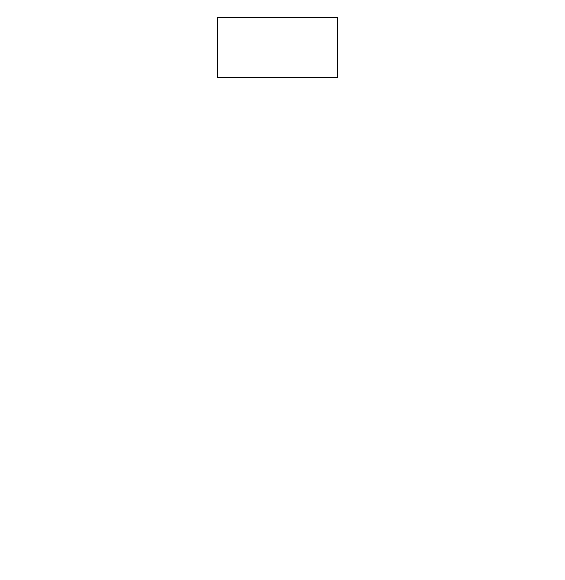
Above: tltk/kl.drawio in Hitachi124/-Users-lengochuynh-Downloads-code (draw.io), before the change. Source tidied: cells renumbered, new cells numbered last; positions are measured from the earlier drawing's top-left corner, leaving out a move shared by most shapes. Both pictures are drawn from the tidied source at 100%, with x=0, y=0 at pixel (217, 17).
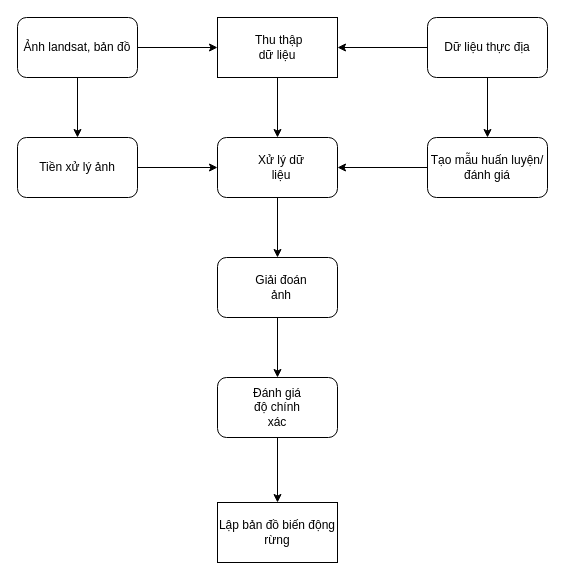
The same diagram, later.

Commit message (it also covers changes not shown here):
Cập nhật kl.drawio

Unchanged cells that the change refers to:
```xml
<mxCell id="2" style="rounded=0;whiteSpace=wrap;html=1;" parent="1" vertex="1">
  <mxGeometry width="120" height="60" as="geometry" />
</mxCell>
```

Change to the diagram source:
```diff
@@
+    <mxCell id="3" style="edgeStyle=orthogonalEdgeStyle;rounded=0;jettySize=auto;html=1;exitX=0.5;exitY=1;exitDx=0;exitDy=0;entryX=0.5;entryY=0;entryDx=0;entryDy=0;" parent="1" edge="1" source="2" target="6">
+      <mxGeometry relative="1" as="geometry" />
+    </mxCell>
@@
+    <mxCell id="4" value="Lập bản đồ biến động rừng" style="rounded=0;whiteSpace=wrap;html=1;" parent="1" vertex="1">
+      <mxGeometry y="485" width="120" height="60" as="geometry" />
+    </mxCell>
+    <mxCell id="5" style="edgeStyle=orthogonalEdgeStyle;rounded=0;jettySize=auto;html=1;exitX=0.5;exitY=1;exitDx=0;exitDy=0;entryX=0.5;entryY=0;entryDx=0;entryDy=0;" parent="1" edge="1" source="6" target="8">
+      <mxGeometry relative="1" as="geometry" />
+    </mxCell>
+    <mxCell id="6" style="rounded=1;whiteSpace=wrap;html=1;" parent="1" vertex="1">
+      <mxGeometry y="120" width="120" height="60" as="geometry" />
+    </mxCell>
+    <mxCell id="7" style="edgeStyle=orthogonalEdgeStyle;rounded=0;jettySize=auto;html=1;exitX=0.5;exitY=1;exitDx=0;exitDy=0;entryX=0.5;entryY=0;entryDx=0;entryDy=0;" parent="1" edge="1" source="8" target="10">
+      <mxGeometry relative="1" as="geometry" />
+    </mxCell>
+    <mxCell id="8" style="rounded=1;whiteSpace=wrap;html=1;" parent="1" vertex="1">
+      <mxGeometry y="240" width="120" height="60" as="geometry" />
+    </mxCell>
+    <mxCell id="9" style="edgeStyle=orthogonalEdgeStyle;rounded=0;jettySize=auto;html=1;exitX=0.5;exitY=1;exitDx=0;exitDy=0;entryX=0.5;entryY=0;entryDx=0;entryDy=0;" parent="1" edge="1" source="10" target="4">
+      <mxGeometry relative="1" as="geometry" />
+    </mxCell>
+    <mxCell id="10" style="rounded=1;whiteSpace=wrap;html=1;" parent="1" vertex="1">
+      <mxGeometry y="360" width="120" height="60" as="geometry" />
+    </mxCell>
+    <mxCell id="11" value="&amp;nbsp;Thu thập dữ liệu" style="text;html=1;align=center;verticalAlign=middle;whiteSpace=wrap;rounded=0;" parent="1" vertex="1">
+      <mxGeometry x="30" y="15" width="60" height="30" as="geometry" />
+    </mxCell>
+    <mxCell id="12" value="Xử lý dữ liệu" style="text;html=1;align=center;verticalAlign=middle;whiteSpace=wrap;rounded=0;" parent="1" vertex="1">
+      <mxGeometry x="34" y="135" width="60" height="30" as="geometry" />
+    </mxCell>
+    <mxCell id="13" value="Giải đoán ảnh" style="text;html=1;align=center;verticalAlign=middle;whiteSpace=wrap;rounded=0;" parent="1" vertex="1">
+      <mxGeometry x="34" y="255" width="60" height="30" as="geometry" />
+    </mxCell>
+    <mxCell id="14" value="Đánh giá độ chính xác" style="text;html=1;align=center;verticalAlign=middle;whiteSpace=wrap;rounded=0;" parent="1" vertex="1">
+      <mxGeometry x="30" y="375" width="60" height="30" as="geometry" />
+    </mxCell>
+    <mxCell id="15" style="edgeStyle=orthogonalEdgeStyle;rounded=0;jettySize=auto;html=1;exitX=1;exitY=0.5;exitDx=0;exitDy=0;entryX=0;entryY=0.5;entryDx=0;entryDy=0;" parent="1" edge="1" source="17" target="2">
+      <mxGeometry relative="1" as="geometry" />
+    </mxCell>
+    <mxCell id="16" style="edgeStyle=orthogonalEdgeStyle;rounded=0;jettySize=auto;html=1;exitX=0.5;exitY=1;exitDx=0;exitDy=0;entryX=0.5;entryY=0;entryDx=0;entryDy=0;" parent="1" edge="1" source="17" target="19">
+      <mxGeometry relative="1" as="geometry" />
+    </mxCell>
+    <mxCell id="17" value="Ảnh landsat, bản đồ" style="rounded=1;whiteSpace=wrap;html=1;" parent="1" vertex="1">
+      <mxGeometry x="-200" width="120" height="60" as="geometry" />
+    </mxCell>
+    <mxCell id="18" style="edgeStyle=orthogonalEdgeStyle;rounded=0;jettySize=auto;html=1;exitX=1;exitY=0.5;exitDx=0;exitDy=0;entryX=0;entryY=0.5;entryDx=0;entryDy=0;" parent="1" edge="1" source="19" target="6">
+      <mxGeometry relative="1" as="geometry" />
+    </mxCell>
+    <mxCell id="19" value="Tiền xử lý ảnh" style="rounded=1;whiteSpace=wrap;html=1;" parent="1" vertex="1">
+      <mxGeometry x="-200" y="120" width="120" height="60" as="geometry" />
+    </mxCell>
+    <mxCell id="20" style="edgeStyle=orthogonalEdgeStyle;rounded=0;jettySize=auto;html=1;exitX=0;exitY=0.5;exitDx=0;exitDy=0;entryX=1;entryY=0.5;entryDx=0;entryDy=0;" parent="1" edge="1" source="22" target="2">
+      <mxGeometry relative="1" as="geometry" />
+    </mxCell>
+    <mxCell id="21" style="edgeStyle=orthogonalEdgeStyle;rounded=0;jettySize=auto;html=1;exitX=0.5;exitY=1;exitDx=0;exitDy=0;entryX=0.5;entryY=0;entryDx=0;entryDy=0;" parent="1" edge="1" source="22" target="24">
+      <mxGeometry relative="1" as="geometry" />
+    </mxCell>
+    <mxCell id="22" value="Dữ liệu thực địa" style="rounded=1;whiteSpace=wrap;html=1;" parent="1" vertex="1">
+      <mxGeometry x="210" width="120" height="60" as="geometry" />
+    </mxCell>
+    <mxCell id="23" style="edgeStyle=orthogonalEdgeStyle;rounded=0;jettySize=auto;html=1;exitX=0;exitY=0.5;exitDx=0;exitDy=0;entryX=1;entryY=0.5;entryDx=0;entryDy=0;" parent="1" edge="1" source="24" target="6">
+      <mxGeometry relative="1" as="geometry" />
+    </mxCell>
+    <mxCell id="24" value="Tạo mẫu huấn luyện/ đánh giá" style="rounded=1;whiteSpace=wrap;html=1;" parent="1" vertex="1">
+      <mxGeometry x="210" y="120" width="120" height="60" as="geometry" />
+    </mxCell>
```
